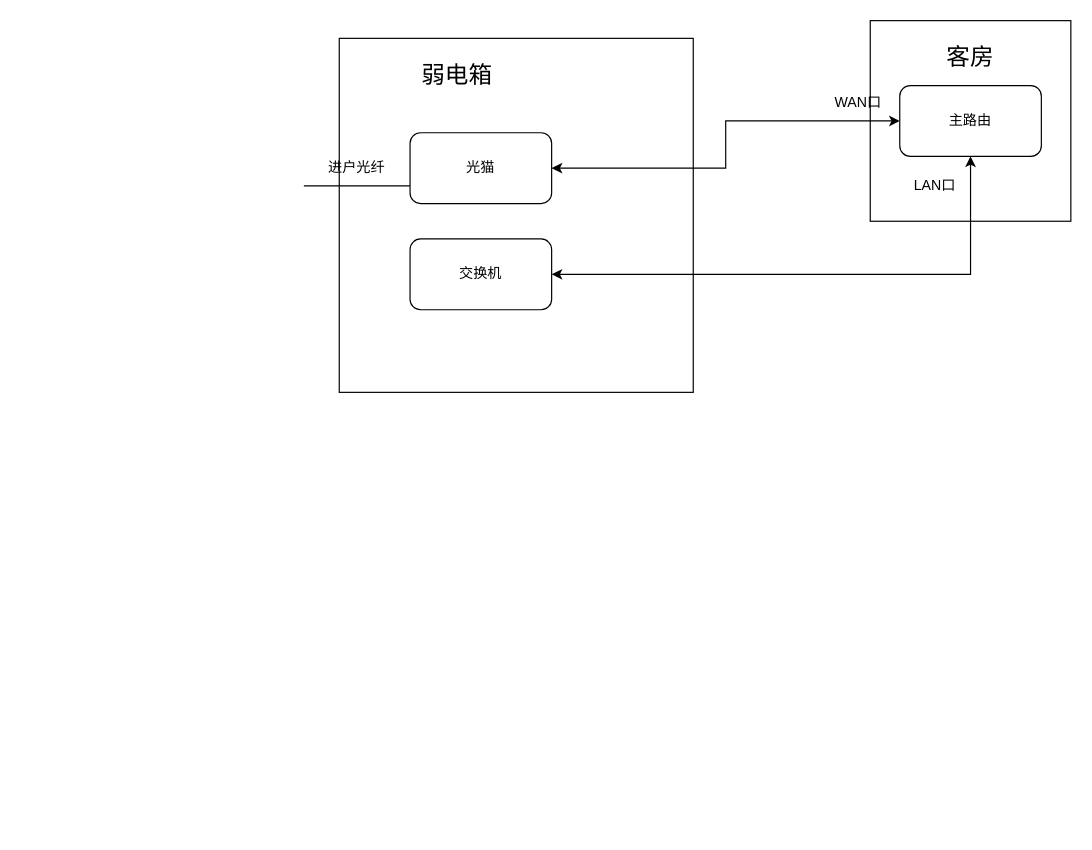
Before: 家庭网络组网示意图.drawio in huanglian666/flow-chart, a draw.io diagram. Source tidied: cells renumbered, new cells numbered last; positions are measured from the earlier drawing's top-left corner, leaving out a move shared by most shapes. Both pictures are drawn from the tidied source at 118%, with x=0, y=0 at pixel (303, 20).
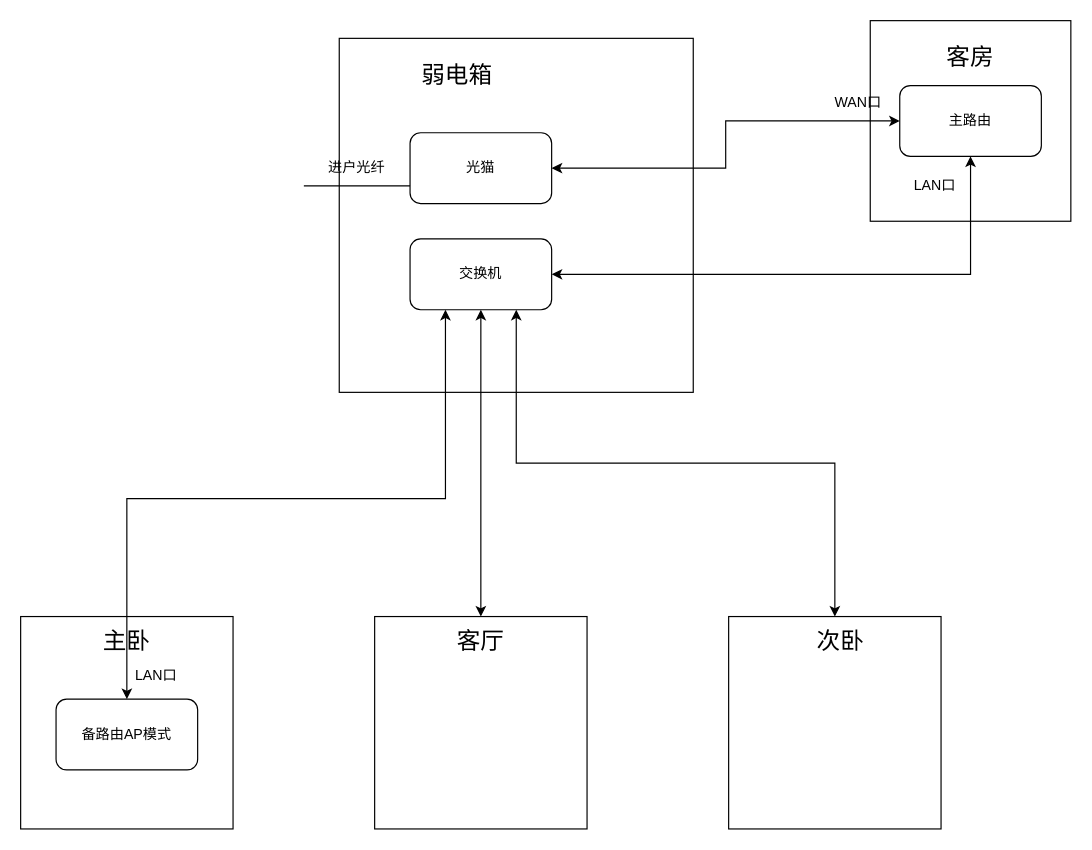
Above is the later version.

Commit message:
更新家庭网络组网示意图.drawio

Unchanged cells that the change refers to:
```xml
<mxCell id="12" value="交换机" style="rounded=1;whiteSpace=wrap;html=1;" parent="1" vertex="1">
  <mxGeometry x="90" y="185" width="120" height="60" as="geometry" />
</mxCell>
```

What changed in the source:
```diff
@@
+    <mxCell id="15" style="edgeStyle=orthogonalEdgeStyle;rounded=0;jettySize=auto;html=1;exitX=0.5;exitY=1;exitDx=0;exitDy=0;entryX=0.5;entryY=0;entryDx=0;entryDy=0;startArrow=classic;startFill=1;" parent="1" edge="1" source="12" target="24">
+      <mxGeometry relative="1" as="geometry">
+        <Array as="points">
+          <mxPoint x="150" y="336" />
+          <mxPoint x="150" y="336" />
+        </Array>
+      </mxGeometry>
+    </mxCell>
+    <mxCell id="16" style="edgeStyle=orthogonalEdgeStyle;rounded=0;jettySize=auto;html=1;exitX=0.75;exitY=1;exitDx=0;exitDy=0;entryX=0.5;entryY=0;entryDx=0;entryDy=0;startArrow=classic;startFill=1;" parent="1" edge="1" source="12" target="22">
+      <mxGeometry relative="1" as="geometry" />
+    </mxCell>
@@
+    <mxCell id="17" style="whiteSpace=wrap;html=1;" parent="1" vertex="1">
+      <mxGeometry x="-240" y="505" width="180" height="180" as="geometry" />
+    </mxCell>
+    <mxCell id="18" value="&lt;font style=&quot;font-size: 20px;&quot;&gt;主卧&lt;/font&gt;" style="text;html=1;whiteSpace=wrap;strokeColor=none;fillColor=none;align=center;verticalAlign=middle;rounded=0;" parent="1" vertex="1">
+      <mxGeometry x="-205" y="495" width="110" height="60" as="geometry" />
+    </mxCell>
+    <mxCell id="19" value="备路由AP模式" style="rounded=1;whiteSpace=wrap;html=1;" parent="1" vertex="1">
+      <mxGeometry x="-210" y="575" width="120" height="60" as="geometry" />
+    </mxCell>
+    <mxCell id="20" style="edgeStyle=orthogonalEdgeStyle;rounded=0;jettySize=auto;html=1;startArrow=classic;startFill=1;exitX=0.25;exitY=1;exitDx=0;exitDy=0;" parent="1" edge="1" source="12" target="19">
+      <mxGeometry relative="1" as="geometry">
+        <Array as="points">
+          <mxPoint x="120" y="405" />
+          <mxPoint x="-150" y="405" />
+        </Array>
+      </mxGeometry>
+    </mxCell>
+    <mxCell id="21" value="&lt;font style=&quot;color: light-dark(rgb(0, 0, 0), rgb(0, 255, 0));&quot;&gt;LAN口&lt;/font&gt;" style="text;html=1;whiteSpace=wrap;align=center;verticalAlign=middle;rounded=0;" parent="1" vertex="1">
+      <mxGeometry x="-155" y="525" width="60" height="60" as="geometry" />
+    </mxCell>
+    <mxCell id="22" style="whiteSpace=wrap;html=1;" parent="1" vertex="1">
+      <mxGeometry x="360" y="505" width="180" height="180" as="geometry" />
+    </mxCell>
+    <mxCell id="23" value="&lt;font style=&quot;font-size: 20px;&quot;&gt;次卧&lt;/font&gt;" style="text;html=1;whiteSpace=wrap;strokeColor=none;fillColor=none;align=center;verticalAlign=middle;rounded=0;" parent="1" vertex="1">
+      <mxGeometry x="400" y="495" width="110" height="60" as="geometry" />
+    </mxCell>
+    <mxCell id="24" style="whiteSpace=wrap;html=1;" parent="1" vertex="1">
+      <mxGeometry x="60" y="505" width="180" height="180" as="geometry" />
+    </mxCell>
+    <mxCell id="25" value="&lt;font style=&quot;font-size: 20px;&quot;&gt;客厅&lt;/font&gt;" style="text;html=1;whiteSpace=wrap;strokeColor=none;fillColor=none;align=center;verticalAlign=middle;rounded=0;" parent="1" vertex="1">
+      <mxGeometry x="95" y="495" width="110" height="60" as="geometry" />
+    </mxCell>
```
